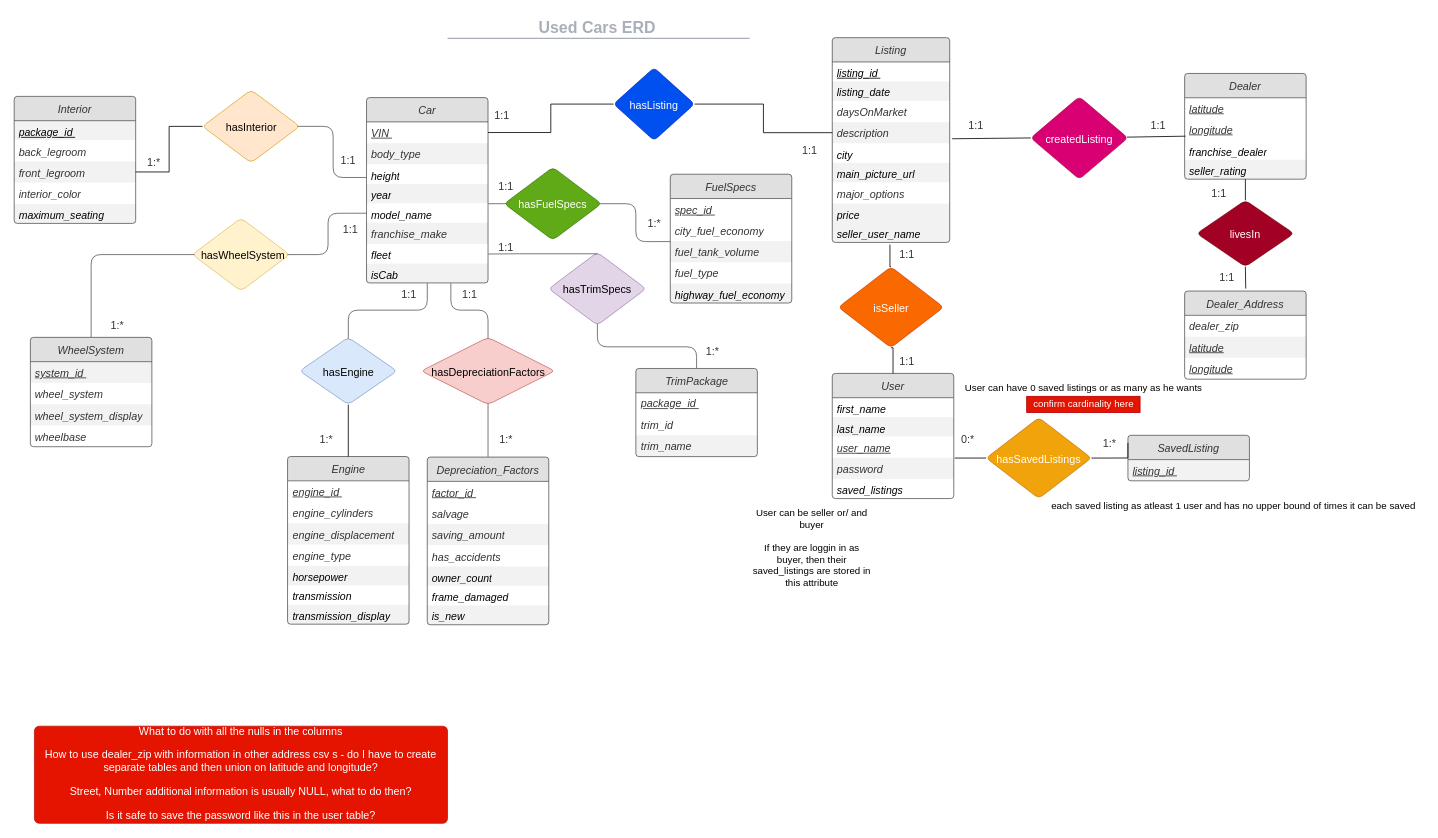
abmfocus4/UsedCars-db keeps this draw.io diagram as ERD/ERD1.drawio. Above is the earlier version. Source tidied: cells renumbered, new cells numbered last; positions are measured from the earlier drawing's top-left corner, leaving out a move shared by most shapes. Both pictures are drawn from the tidied source at 81%, with x=0, y=0 at pixel (14, 14).
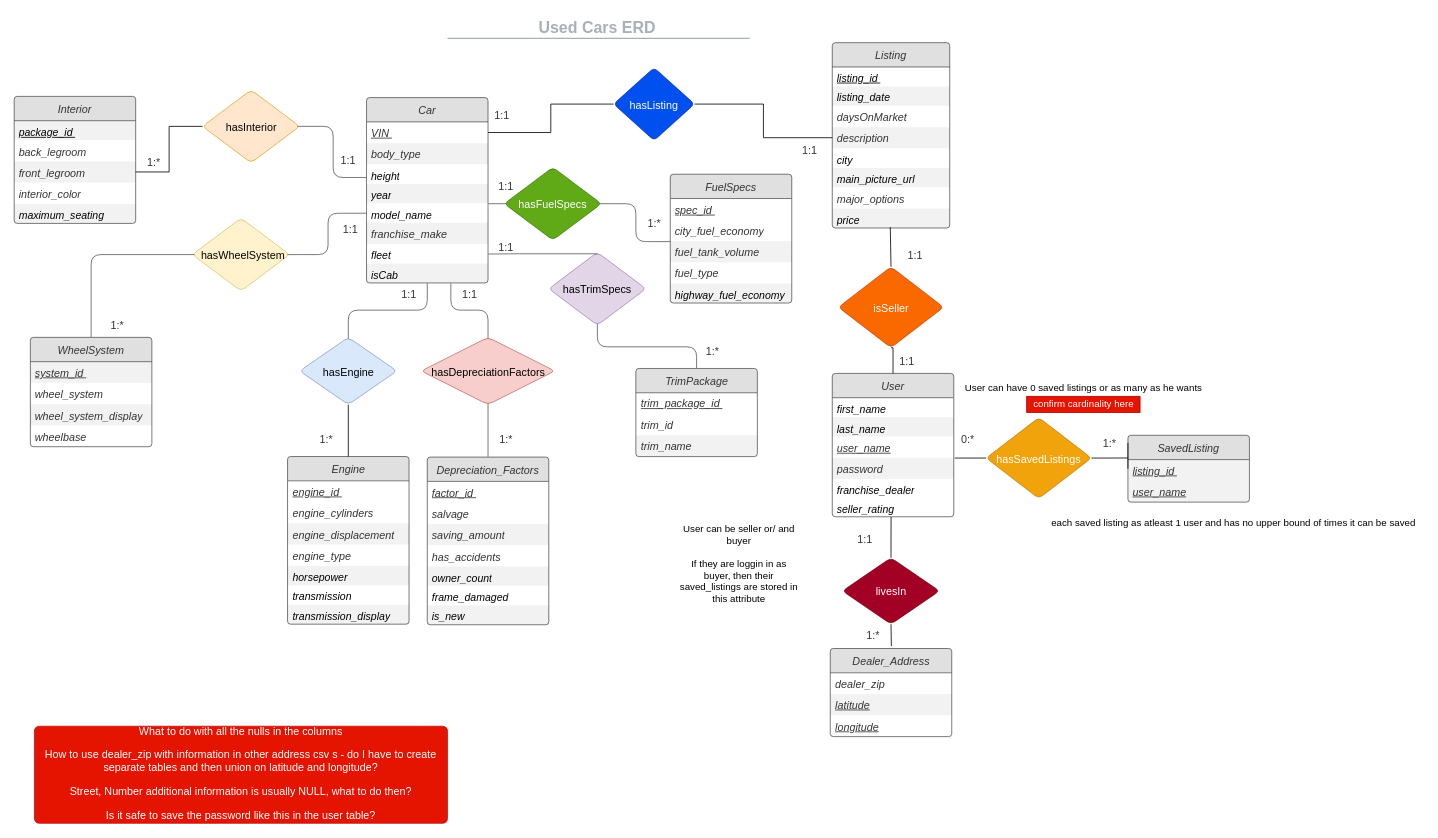
After the change.

The change refers to these unchanged cells:
```xml
<mxCell id="48" value="TrimPackage" style="html=1;overflow=block;blockSpacing=1;whiteSpace=wrap;swimlane;horizontal=1;fontStyle=0;swimlaneFillColor=#ffffff;startSize=30;whiteSpace=wrap;fontSize=13.3;fontColor=#333333;fontStyle=2;align=center;spacingLeft=8.4;spacingRight=8.4;spacingTop=2.4;whiteSpace=wrap;fontFamily=Helvetica;spacing=3.6;strokeColor=#333333;strokeOpacity=100;fillOpacity=100;rounded=1;absoluteArcSize=1;arcSize=7.5;fillColor=#ffffff;strokeWidth=0.8;fillColor=#e0e0e0;" parent="1" vertex="1">
  <mxGeometry x="767.5" y="437.4" width="150" height="108.8" as="geometry" />
</mxCell>
<mxCell id="60" value="price&lt;br&gt;" style="strokeColor=none;align=left;verticalAlign=top;spacingLeft=4;spacingRight=4;overflow=hidden;points=[[0,0.5],[1,0.5]];portConstraint=eastwest;html=1;whiteSpace=wrap;swimlaneFillColor=#ffffff;fontSize=13;fontStyle=2;fillColor=#000000;opacity=5;" parent="52" vertex="1">
  <mxGeometry y="204.8" width="145" height="24" as="geometry" />
</mxCell>
<mxCell id="125" value="isSeller" style="html=1;overflow=block;blockSpacing=1;whiteSpace=wrap;rhombus;whiteSpace=wrap;fontSize=13.3;align=center;spacingLeft=8.4;spacingRight=8.4;spacingTop=2.4;spacing=3.8;strokeColor=#C73500;strokeOpacity=100;fillOpacity=100;rounded=1;absoluteArcSize=1;arcSize=12;fillColor=#fa6800;strokeWidth=0.8;fontColor=#ffffff;" parent="1" vertex="1">
  <mxGeometry x="1017.5" y="311.8" width="130" height="100" as="geometry" />
</mxCell>
```

Diff of the diagram source:
```diff
@@
-    <mxCell id="49" value="&lt;u&gt;package_id&amp;nbsp;&lt;/u&gt;" style="strokeColor=none;align=left;verticalAlign=top;spacingLeft=4;spacingRight=4;overflow=hidden;html=1;whiteSpace=wrap;swimlaneFillColor=#ffffff;fontSize=13.3;fontColor=#333333;fontStyle=2;fillColor=none;strokeOpacity=100;fillOpacity=100;" parent="48" vertex="1">
+    <mxCell id="49" value="&lt;u&gt;trim_package_id&amp;nbsp;&lt;/u&gt;" style="strokeColor=none;align=left;verticalAlign=top;spacingLeft=4;spacingRight=4;overflow=hidden;html=1;whiteSpace=wrap;swimlaneFillColor=#ffffff;fontSize=13.3;fontColor=#333333;fontStyle=2;fillColor=none;strokeOpacity=100;fillOpacity=100;" parent="48" vertex="1">
       <mxGeometry y="30" width="150" height="26.2" as="geometry" />
     </mxCell>
@@
     <mxCell id="52" value="Listing" style="html=1;overflow=block;blockSpacing=1;whiteSpace=wrap;swimlane;horizontal=1;fontStyle=0;swimlaneFillColor=#ffffff;startSize=30;whiteSpace=wrap;fontSize=13.3;fontColor=#333333;fontStyle=2;align=center;spacingLeft=8.4;spacingRight=8.4;spacingTop=2.4;whiteSpace=wrap;fontFamily=Helvetica;spacing=3.6;strokeColor=#333333;strokeOpacity=100;fillOpacity=100;rounded=1;absoluteArcSize=1;arcSize=7.5;fillColor=#ffffff;strokeWidth=0.8;fillColor=#e0e0e0;" parent="1" vertex="1">
-      <mxGeometry x="1010" y="29" width="145" height="252.8" as="geometry" />
+      <mxGeometry x="1010" y="35.2" width="145" height="228.8" as="geometry" />
     </mxCell>
@@
-    <mxCell id="61" value="seller_user_name" style="strokeColor=none;align=left;verticalAlign=top;spacingLeft=4;spacingRight=4;overflow=hidden;points=[[0,0.5],[1,0.5]];portConstraint=eastwest;html=1;whiteSpace=wrap;swimlaneFillColor=#ffffff;fontSize=13;fontStyle=2;fillColor=#000000;opacity=5;" parent="52" vertex="1">
-      <mxGeometry y="228.8" width="145" height="24" as="geometry" />
-    </mxCell>
     <mxCell id="62" value="Dealer_Address" style="html=1;overflow=block;blockSpacing=1;whiteSpace=wrap;swimlane;horizontal=1;fontStyle=0;swimlaneFillColor=#ffffff;startSize=30;whiteSpace=wrap;fontSize=13.3;fontColor=#333333;fontStyle=2;align=center;spacingLeft=8.4;spacingRight=8.4;spacingTop=2.4;whiteSpace=wrap;fontFamily=Helvetica;spacing=3.6;strokeColor=#333333;strokeOpacity=100;fillOpacity=100;rounded=1;absoluteArcSize=1;arcSize=7.5;fillColor=#ffffff;strokeWidth=0.8;fillColor=#e0e0e0;" parent="1" vertex="1">
-      <mxGeometry x="1445" y="341.8" width="150" height="108.8" as="geometry" />
+      <mxGeometry x="1007.5" y="783.1" width="150" height="108.8" as="geometry" />
     </mxCell>
@@
-    <mxCell id="66" value="Dealer" style="html=1;overflow=block;blockSpacing=1;whiteSpace=wrap;swimlane;horizontal=1;fontStyle=0;swimlaneFillColor=#ffffff;startSize=30;whiteSpace=wrap;fontSize=13.3;fontColor=#333333;fontStyle=2;align=center;spacingLeft=8.4;spacingRight=8.4;spacingTop=2.4;whiteSpace=wrap;fontFamily=Helvetica;spacing=3.6;strokeColor=#333333;strokeOpacity=100;fillOpacity=100;rounded=1;absoluteArcSize=1;arcSize=7.5;fillColor=#ffffff;strokeWidth=0.8;fillColor=#e0e0e0;" parent="1" vertex="1">
-      <mxGeometry x="1445" y="73.2" width="150" height="130.5" as="geometry" />
-    </mxCell>
-    <mxCell id="67" value="&lt;u&gt;latitude&lt;/u&gt;" style="strokeColor=none;align=left;verticalAlign=top;spacingLeft=4;spacingRight=4;overflow=hidden;html=1;whiteSpace=wrap;swimlaneFillColor=#ffffff;fontSize=13.3;fontColor=#333333;fontStyle=2;fillColor=none;strokeOpacity=100;fillOpacity=100;" parent="66" vertex="1">
-      <mxGeometry y="30" width="150" height="26.2" as="geometry" />
-    </mxCell>
-    <mxCell id="68" value="&lt;u&gt;longitude&lt;/u&gt;" style="strokeColor=none;align=left;verticalAlign=top;spacingLeft=4;spacingRight=4;overflow=hidden;points=[[0,0.5],[1,0.5]];portConstraint=eastwest;html=1;whiteSpace=wrap;swimlaneFillColor=#ffffff;fontSize=13.3;fontColor=#333333;fontStyle=2;fillColor=none;strokeOpacity=100;fillOpacity=100;" parent="66" vertex="1">
-      <mxGeometry y="56.2" width="150" height="26.2" as="geometry" />
-    </mxCell>
-    <mxCell id="69" value="franchise_dealer" style="strokeColor=none;align=left;verticalAlign=top;spacingLeft=4;spacingRight=4;overflow=hidden;html=1;whiteSpace=wrap;swimlaneFillColor=#ffffff;fontSize=13;fontStyle=2;fillColor=none;strokeOpacity=100;fillOpacity=100;" parent="66" vertex="1">
-      <mxGeometry y="82.5" width="150" height="24" as="geometry" />
-    </mxCell>
-    <mxCell id="70" value="seller_rating" style="strokeColor=none;align=left;verticalAlign=top;spacingLeft=4;spacingRight=4;overflow=hidden;points=[[0,0.5],[1,0.5]];portConstraint=eastwest;html=1;whiteSpace=wrap;swimlaneFillColor=#ffffff;fontSize=13;fontStyle=2;fillColor=#000000;opacity=5;" parent="66" vertex="1">
-      <mxGeometry y="106.5" width="150" height="24" as="geometry" />
-    </mxCell>
@@
-    <mxCell id="105" style="edgeStyle=none;rounded=0;jettySize=auto;html=1;entryX=0.007;entryY=0.81;entryDx=0;entryDy=0;entryPerimeter=0;endArrow=none;endFill=0;" parent="1" edge="1" source="107" target="68">
-      <mxGeometry relative="1" as="geometry" />
-    </mxCell>
-    <mxCell id="106" style="edgeStyle=none;rounded=0;jettySize=auto;html=1;exitX=0;exitY=0.5;exitDx=0;exitDy=0;endArrow=none;endFill=0;" parent="1" edge="1" source="107">
-      <mxGeometry relative="1" as="geometry">
-        <mxPoint x="1158" y="153.8" as="targetPoint" />
-      </mxGeometry>
-    </mxCell>
-    <mxCell id="107" value="createdListing" style="html=1;overflow=block;blockSpacing=1;whiteSpace=wrap;rhombus;whiteSpace=wrap;fontSize=13.3;fontColor=#ffffff;align=center;spacingLeft=8.4;spacingRight=8.4;spacingTop=2.4;spacing=3.8;strokeColor=#A50040;strokeOpacity=100;fillOpacity=100;rounded=1;absoluteArcSize=1;arcSize=12;fillColor=#d80073;strokeWidth=0.8;" parent="1" vertex="1">
-      <mxGeometry x="1255" y="101.8" width="120" height="102" as="geometry" />
-    </mxCell>
-    <mxCell id="108" value="1:1" style="html=1;overflow=block;blockSpacing=1;whiteSpace=wrap;whiteSpace=wrap;fontSize=13.3;fontColor=#333333;align=center;spacingLeft=8.4;spacingRight=8.4;spacingTop=2.4;spacing=3.8;strokeOpacity=0;fillOpacity=0;rounded=1;absoluteArcSize=1;arcSize=12;fillColor=#ffffff;strokeWidth=0.8;" parent="1" vertex="1">
-      <mxGeometry x="1165" y="113.8" width="45" height="45" as="geometry" />
-    </mxCell>
-    <mxCell id="109" value="1:1" style="html=1;overflow=block;blockSpacing=1;whiteSpace=wrap;whiteSpace=wrap;fontSize=13.3;fontColor=#333333;align=center;spacingLeft=8.4;spacingRight=8.4;spacingTop=2.4;spacing=3.8;strokeOpacity=0;fillOpacity=0;rounded=1;absoluteArcSize=1;arcSize=12;fillColor=#ffffff;strokeWidth=0.8;" parent="1" vertex="1">
-      <mxGeometry x="1390" y="113.8" width="45" height="45" as="geometry" />
-    </mxCell>
@@
-    <mxCell id="111" style="edgeStyle=orthogonalEdgeStyle;rounded=0;jettySize=auto;html=1;exitX=0.5;exitY=0;exitDx=0;exitDy=0;entryX=0.5;entryY=1;entryDx=0;entryDy=0;endArrow=none;endFill=0;" parent="1" edge="1" source="112" target="66">
+    <mxCell id="111" style="edgeStyle=orthogonalEdgeStyle;rounded=0;jettySize=auto;html=1;exitX=0.5;exitY=0;exitDx=0;exitDy=0;entryX=0.484;entryY=0.993;entryDx=0;entryDy=0;endArrow=none;endFill=0;entryPerimeter=0;" parent="1" edge="1" source="112" target="70">
       <mxGeometry relative="1" as="geometry" />
     </mxCell>
     <mxCell id="112" value="livesIn" style="html=1;overflow=block;blockSpacing=1;whiteSpace=wrap;rhombus;whiteSpace=wrap;fontSize=13.3;fontColor=#ffffff;align=center;spacingLeft=8.4;spacingRight=8.4;spacingTop=2.4;spacing=3.8;strokeColor=#6F0000;strokeOpacity=100;fillOpacity=100;rounded=1;absoluteArcSize=1;arcSize=12;fillColor=#a20025;strokeWidth=0.8;" parent="1" vertex="1">
-      <mxGeometry x="1460" y="229.8" width="120" height="82" as="geometry" />
+      <mxGeometry x="1022.5" y="671.1" width="120" height="82" as="geometry" />
     </mxCell>
-    <mxCell id="113" value="1:1" style="html=1;overflow=block;blockSpacing=1;whiteSpace=wrap;whiteSpace=wrap;fontSize=13.3;fontColor=#333333;align=center;spacingLeft=8.4;spacingRight=8.4;spacingTop=2.4;spacing=3.8;strokeOpacity=0;fillOpacity=0;rounded=1;absoluteArcSize=1;arcSize=12;fillColor=#ffffff;strokeWidth=0.8;" parent="1" vertex="1">
-      <mxGeometry x="1475" y="301.8" width="45" height="45" as="geometry" />
+    <mxCell id="113" value="1:*" style="html=1;overflow=block;blockSpacing=1;whiteSpace=wrap;whiteSpace=wrap;fontSize=13.3;fontColor=#333333;align=center;spacingLeft=8.4;spacingRight=8.4;spacingTop=2.4;spacing=3.8;strokeOpacity=0;fillOpacity=0;rounded=1;absoluteArcSize=1;arcSize=12;fillColor=#ffffff;strokeWidth=0.8;" parent="1" vertex="1">
+      <mxGeometry x="1037.5" y="743.1" width="45" height="45" as="geometry" />
     </mxCell>
@@
     <mxCell id="115" value="1:1" style="html=1;overflow=block;blockSpacing=1;whiteSpace=wrap;whiteSpace=wrap;fontSize=13.3;fontColor=#333333;align=center;spacingLeft=8.4;spacingRight=8.4;spacingTop=2.4;spacing=3.8;strokeOpacity=0;fillOpacity=0;rounded=1;absoluteArcSize=1;arcSize=12;fillColor=#ffffff;strokeWidth=0.8;" parent="1" vertex="1">
-      <mxGeometry x="1465" y="197.6" width="45" height="45" as="geometry" />
+      <mxGeometry x="1027.5" y="624" width="45" height="45" as="geometry" />
     </mxCell>
     <mxCell id="116" value="User" style="html=1;overflow=block;blockSpacing=1;whiteSpace=wrap;swimlane;horizontal=1;fontStyle=0;swimlaneFillColor=#ffffff;startSize=30;whiteSpace=wrap;fontSize=13.3;fontColor=#333333;fontStyle=2;align=center;spacingLeft=8.4;spacingRight=8.4;spacingTop=2.4;whiteSpace=wrap;fontFamily=Helvetica;spacing=3.6;strokeColor=#333333;strokeOpacity=100;fillOpacity=100;rounded=1;absoluteArcSize=1;arcSize=7.5;fillColor=#ffffff;strokeWidth=0.8;fillColor=#e0e0e0;" parent="1" vertex="1">
-      <mxGeometry x="1010" y="443.5" width="150" height="154.5" as="geometry" />
+      <mxGeometry x="1010" y="443.5" width="150" height="177" as="geometry" />
     </mxCell>
@@
-    <mxCell id="121" value="saved_listings" style="strokeColor=none;align=left;verticalAlign=top;spacingLeft=4;spacingRight=4;overflow=hidden;html=1;whiteSpace=wrap;swimlaneFillColor=#ffffff;fontSize=13;fontStyle=2;fillColor=none;strokeOpacity=100;fillOpacity=100;" parent="116" vertex="1">
-      <mxGeometry y="130.5" width="150" height="24" as="geometry" />
-    </mxCell>
+    <mxCell id="69" value="franchise_dealer" style="strokeColor=none;align=left;verticalAlign=top;spacingLeft=4;spacingRight=4;overflow=hidden;html=1;whiteSpace=wrap;swimlaneFillColor=#ffffff;fontSize=13;fontStyle=2;fillColor=none;strokeOpacity=100;fillOpacity=100;" parent="116" vertex="1">
+      <mxGeometry y="130.5" width="150" height="22.5" as="geometry" />
+    </mxCell>
+    <mxCell id="70" value="seller_rating" style="strokeColor=none;align=left;verticalAlign=top;spacingLeft=4;spacingRight=4;overflow=hidden;points=[[0,0.5],[1,0.5]];portConstraint=eastwest;html=1;whiteSpace=wrap;swimlaneFillColor=#ffffff;fontSize=13;fontStyle=2;fillColor=none;strokeOpacity=100;fillOpacity=100;" parent="116" vertex="1">
+      <mxGeometry y="153" width="150" height="24" as="geometry" />
+    </mxCell>
     <mxCell id="122" value="User can be seller or/ and buyer&lt;br&gt;&lt;br&gt;If they are loggin in as buyer, then their saved_listings are stored in this attribute" style="text;html=1;strokeColor=none;fillColor=none;align=center;verticalAlign=middle;whiteSpace=wrap;rounded=0;" parent="1" vertex="1">
-      <mxGeometry x="910" y="649" width="150" height="20" as="geometry" />
+      <mxGeometry x="820" y="669" width="150" height="20" as="geometry" />
     </mxCell>
-    <mxCell id="123" style="edgeStyle=orthogonalEdgeStyle;rounded=0;jettySize=auto;html=1;exitX=0.5;exitY=0;exitDx=0;exitDy=0;entryX=0.491;entryY=1.11;entryDx=0;entryDy=0;entryPerimeter=0;endArrow=none;endFill=0;" parent="1" edge="1" source="125" target="61">
+    <mxCell id="123" style="edgeStyle=orthogonalEdgeStyle;rounded=0;jettySize=auto;html=1;exitX=0.5;exitY=0;exitDx=0;exitDy=0;entryX=0.494;entryY=0.958;entryDx=0;entryDy=0;entryPerimeter=0;endArrow=none;endFill=0;" parent="1" edge="1" source="125" target="60">
       <mxGeometry relative="1" as="geometry">
         <Array as="points">
-          <mxPoint x="1081" y="311.8" />
+          <mxPoint x="1082" y="312" />
         </Array>
       </mxGeometry>
     </mxCell>
@@
     <mxCell id="126" value="1:1" style="html=1;overflow=block;blockSpacing=1;whiteSpace=wrap;whiteSpace=wrap;fontSize=13.3;fontColor=#333333;align=center;spacingLeft=8.4;spacingRight=8.4;spacingTop=2.4;spacing=3.8;strokeOpacity=0;fillOpacity=0;rounded=1;absoluteArcSize=1;arcSize=12;fillColor=#ffffff;strokeWidth=0.8;" parent="1" vertex="1">
-      <mxGeometry x="1080" y="272.5" width="45" height="45" as="geometry" />
+      <mxGeometry x="1090" y="274.2" width="45" height="45" as="geometry" />
     </mxCell>
@@
     <mxCell id="128" value="SavedListing" style="html=1;overflow=block;blockSpacing=1;whiteSpace=wrap;swimlane;horizontal=1;fontStyle=0;swimlaneFillColor=#ffffff;startSize=30;whiteSpace=wrap;fontSize=13.3;fontColor=#333333;fontStyle=2;align=center;spacingLeft=8.4;spacingRight=8.4;spacingTop=2.4;whiteSpace=wrap;fontFamily=Helvetica;spacing=3.6;strokeColor=#333333;strokeOpacity=100;fillOpacity=100;rounded=1;absoluteArcSize=1;arcSize=7.5;fillColor=#ffffff;strokeWidth=0.8;fillColor=#e0e0e0;" parent="1" vertex="1">
-      <mxGeometry x="1375" y="519.9" width="150" height="56.2" as="geometry" />
+      <mxGeometry x="1375" y="519.9" width="150" height="82.5" as="geometry" />
     </mxCell>
@@
+    <mxCell id="141" value="&lt;u&gt;user_name&lt;/u&gt;" style="strokeColor=none;align=left;verticalAlign=top;spacingLeft=4;spacingRight=4;overflow=hidden;html=1;whiteSpace=wrap;swimlaneFillColor=#ffffff;fontSize=13.3;fontColor=#333333;fontStyle=2;fillColor=#000000;opacity=5;" parent="128" vertex="1">
+      <mxGeometry y="56.2" width="150" height="26.2" as="geometry" />
+    </mxCell>
@@
     <mxCell id="140" value="each saved listing as atleast 1 user and has no upper bound of times it can be saved" style="text;html=1;align=center;verticalAlign=middle;" parent="1" vertex="1">
-      <mxGeometry x="1270" y="598" width="470" height="20" as="geometry" />
+      <mxGeometry x="1270" y="619" width="470" height="20" as="geometry" />
     </mxCell>
```
